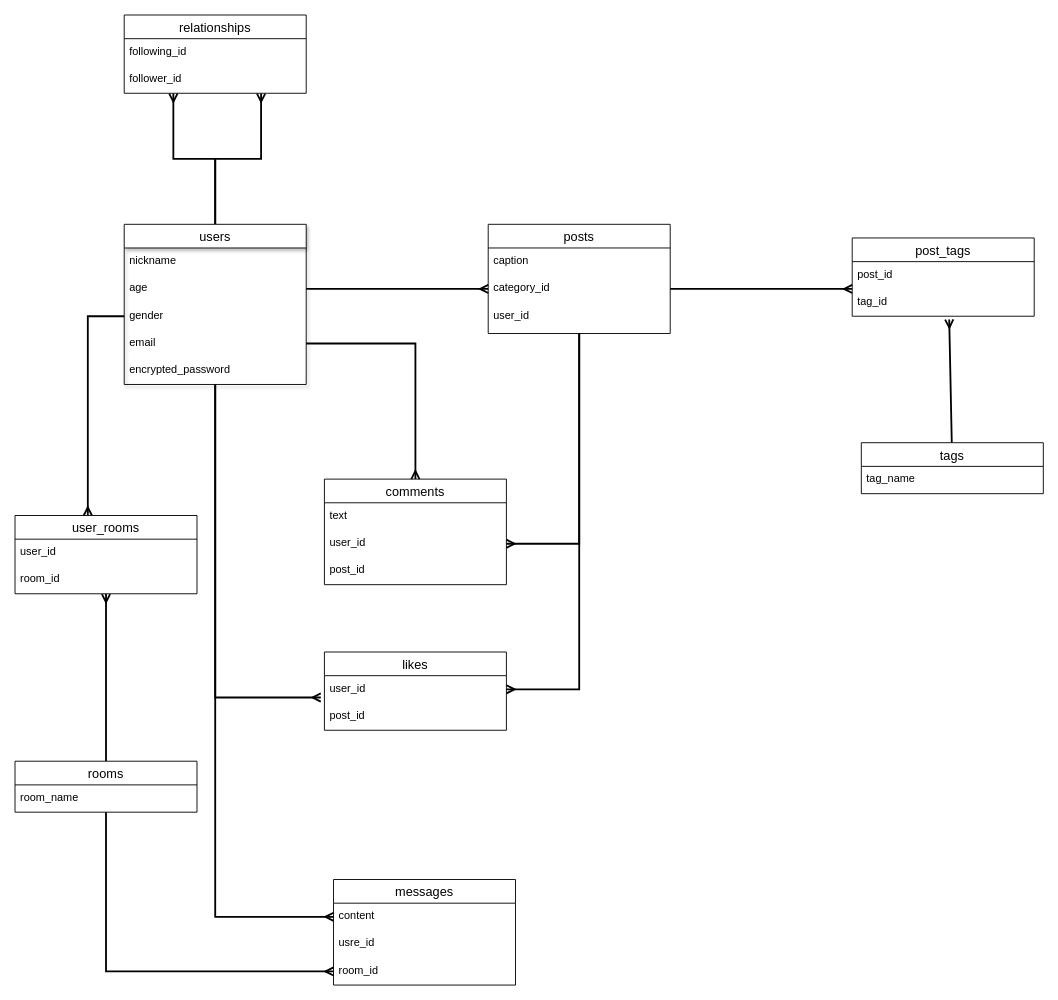
Earlier version of the draw.io diagram .dio (JinOkazaki/kirei-app). Source tidied: cells renumbered, new cells numbered last; positions are measured from the earlier drawing's top-left corner, leaving out a move shared by most shapes. Both pictures are drawn from the tidied source at 91%, with x=0, y=0 at pixel (15, 15).
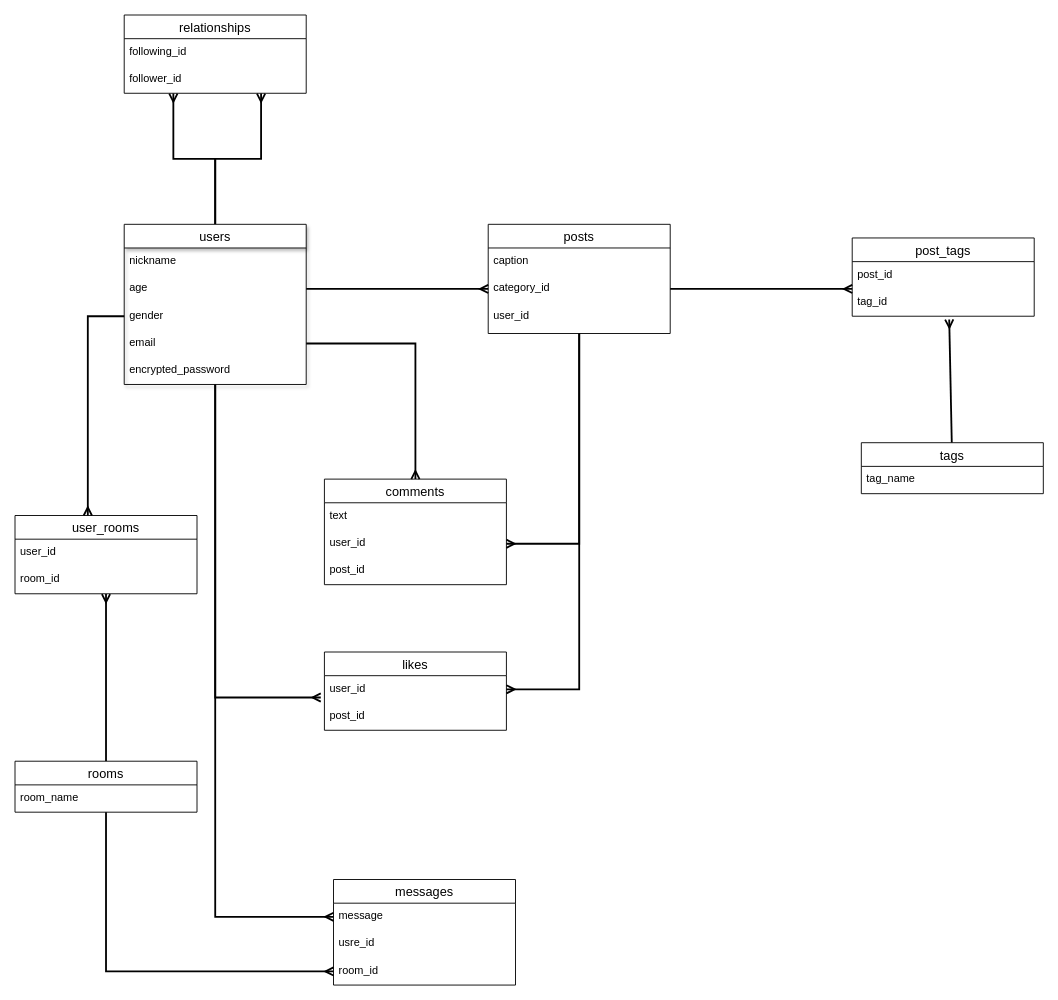
The same diagram, later.

Unchanged cells that the change refers to:
```xml
<mxCell id="40" value="messages" style="swimlane;fontStyle=0;horizontal=1;startSize=26;align=center;fontSize=14;" parent="1" vertex="1">
  <mxGeometry x="350" y="950" width="200" height="116" as="geometry" />
</mxCell>
```

What changed in the source:
```diff
@@
-    <mxCell id="41" value="content" style="text;strokeColor=none;fillColor=none;spacingLeft=4;spacingRight=4;overflow=hidden;points=[[0,0.5],[1,0.5]];portConstraint=eastwest;fontSize=12;" parent="40" vertex="1">
+    <mxCell id="41" value="message&#10;" style="text;strokeColor=none;fillColor=none;spacingLeft=4;spacingRight=4;overflow=hidden;points=[[0,0.5],[1,0.5]];portConstraint=eastwest;fontSize=12;" parent="40" vertex="1">
       <mxGeometry y="26" width="200" height="30" as="geometry" />
     </mxCell>
```
